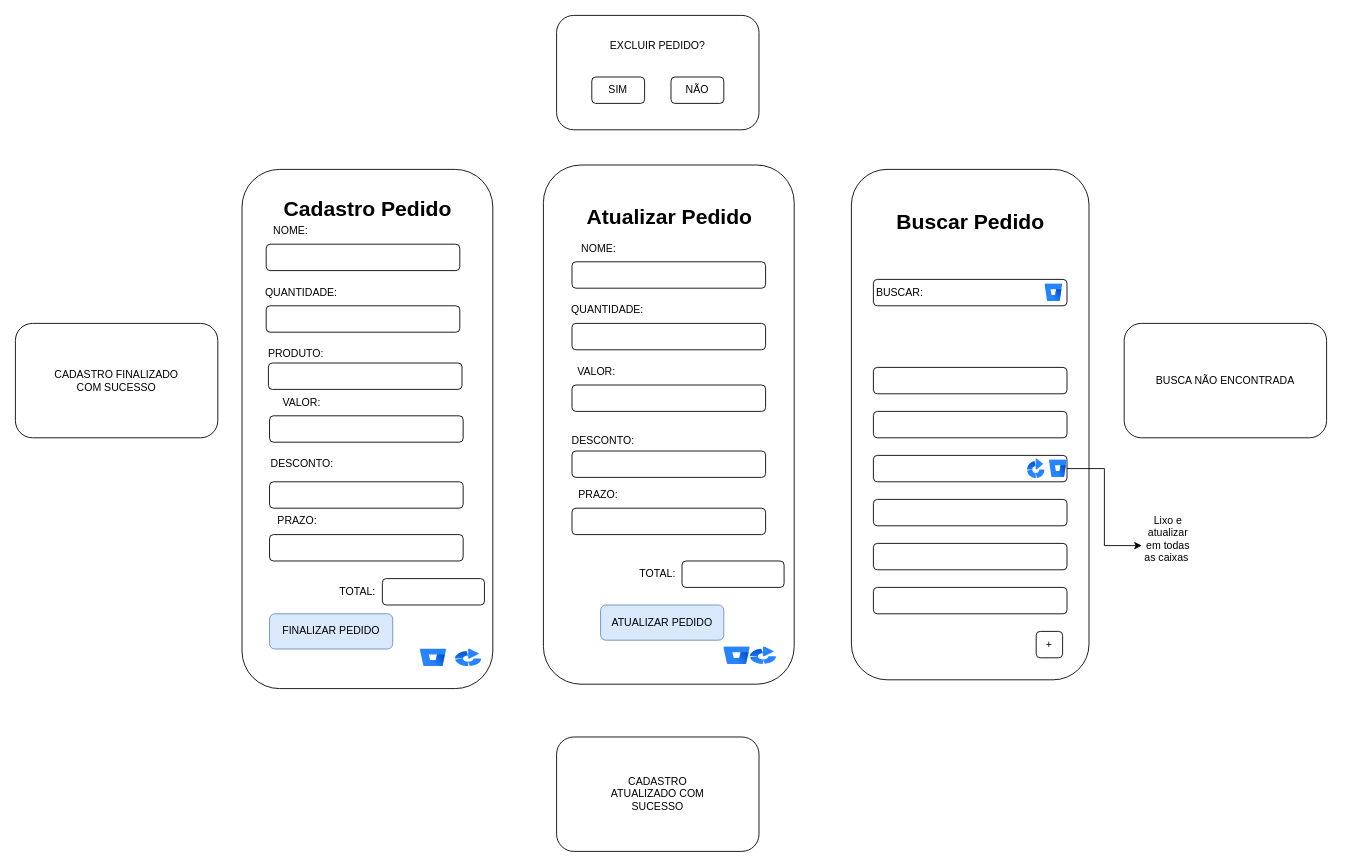
Earlier version of the draw.io diagram page "Página-2" (3 of 6) of DOC/tela.drawio (juliareis14/avatar.app). Source tidied: cells renumbered, new cells numbered last; positions are measured from the earlier drawing's top-left corner, leaving out a move shared by most shapes. Both pictures are drawn from the tidied source at 88%, with x=0, y=0 at pixel (15, 15).
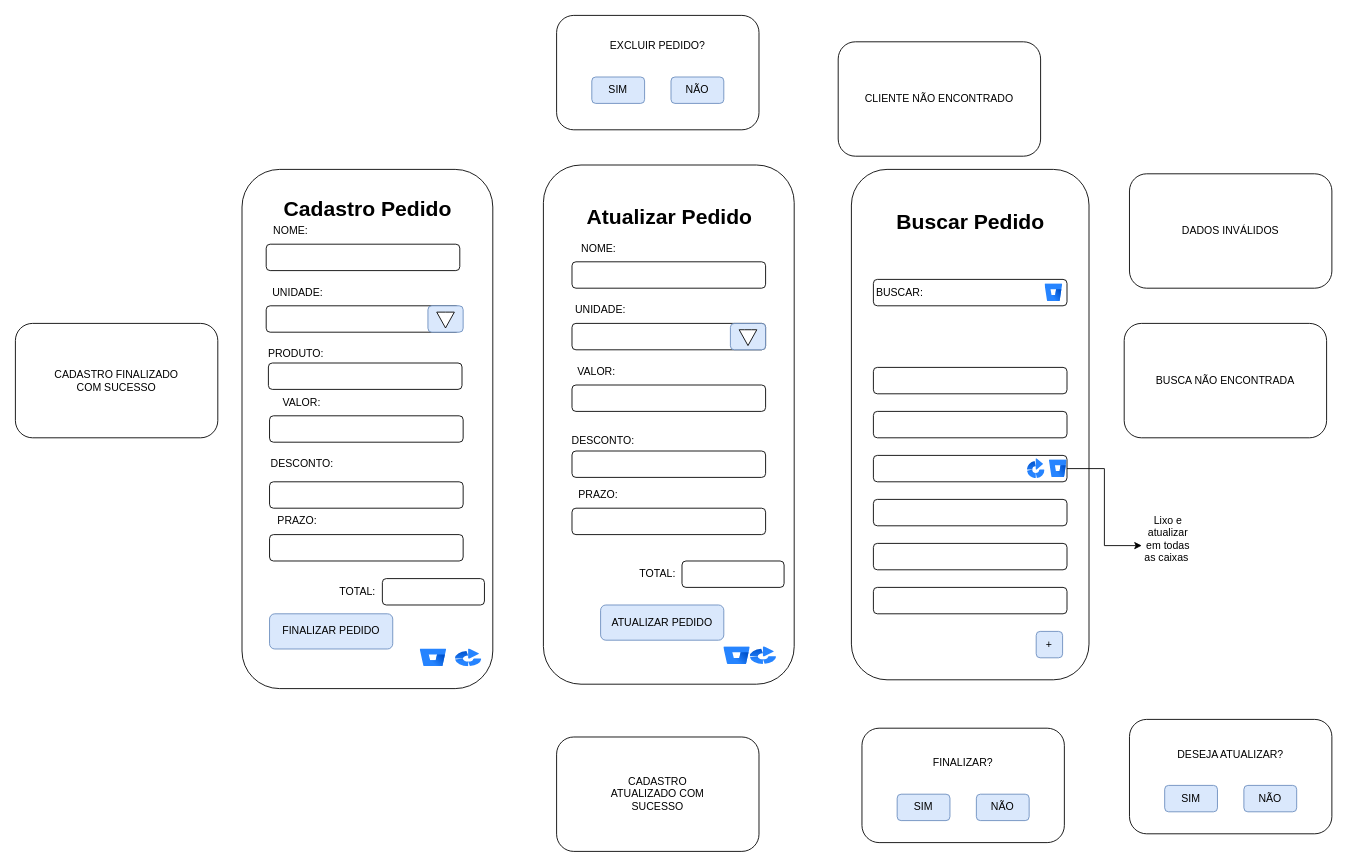
The same diagram, later.

Change to the diagram source:
```diff
@@
-    <mxCell id="8" value="QUANTIDADE:" style="text;html=1;align=center;verticalAlign=middle;whiteSpace=wrap;rounded=0;" parent="1" vertex="1">
-      <mxGeometry x="285" y="300" width="80" height="30" as="geometry" />
+    <mxCell id="8" value="UNIDADE:" style="text;html=1;align=center;verticalAlign=middle;whiteSpace=wrap;rounded=0;" parent="1" vertex="1">
+      <mxGeometry x="281.2" y="300" width="80" height="30" as="geometry" />
     </mxCell>
@@
-    <mxCell id="25" value="QUANTIDADE:" style="text;html=1;align=center;verticalAlign=middle;whiteSpace=wrap;rounded=0;" parent="1" vertex="1">
-      <mxGeometry x="632.5" y="320" width="80" height="30" as="geometry" />
+    <mxCell id="25" value="UNIDADE:" style="text;html=1;align=center;verticalAlign=middle;whiteSpace=wrap;rounded=0;" parent="1" vertex="1">
+      <mxGeometry x="625" y="320" width="80" height="30" as="geometry" />
     </mxCell>
@@
-    <mxCell id="35" value="SIM" style="rounded=1;whiteSpace=wrap;html=1;" parent="1" vertex="1">
+    <mxCell id="35" value="SIM" style="rounded=1;whiteSpace=wrap;html=1;fillColor=#dae8fc;strokeColor=#6c8ebf;" parent="1" vertex="1">
       <mxGeometry x="655" y="70" width="60" height="30" as="geometry" />
     </mxCell>
-    <mxCell id="36" value="NÃO" style="rounded=1;whiteSpace=wrap;html=1;" parent="1" vertex="1">
+    <mxCell id="36" value="NÃO" style="rounded=1;whiteSpace=wrap;html=1;fillColor=#dae8fc;strokeColor=#6c8ebf;" parent="1" vertex="1">
       <mxGeometry x="745" y="70" width="60" height="30" as="geometry" />
     </mxCell>
@@
-    <mxCell id="60" value="+" style="rounded=1;whiteSpace=wrap;html=1;direction=south;" parent="1" vertex="1">
+    <mxCell id="60" value="+" style="rounded=1;whiteSpace=wrap;html=1;direction=south;fillColor=#dae8fc;strokeColor=#6c8ebf;" parent="1" vertex="1">
       <mxGeometry x="1160" y="700" width="30" height="30" as="geometry" />
     </mxCell>
@@
+    <mxCell id="63" value="DADOS INVÁLIDOS" style="rounded=1;whiteSpace=wrap;html=1;" parent="1" vertex="1">
+      <mxGeometry x="1266" y="180" width="230" height="130" as="geometry" />
+    </mxCell>
+    <mxCell id="64" style="rounded=1;whiteSpace=wrap;html=1;" parent="1" vertex="1">
+      <mxGeometry x="962" y="810" width="230" height="130" as="geometry" />
+    </mxCell>
+    <mxCell id="65" value="SIM" style="rounded=1;whiteSpace=wrap;html=1;fillColor=#dae8fc;strokeColor=#6c8ebf;" parent="1" vertex="1">
+      <mxGeometry x="1002" y="885" width="60" height="30" as="geometry" />
+    </mxCell>
+    <mxCell id="66" value="NÃO" style="rounded=1;whiteSpace=wrap;html=1;fillColor=#dae8fc;strokeColor=#6c8ebf;" parent="1" vertex="1">
+      <mxGeometry x="1092" y="885" width="60" height="30" as="geometry" />
+    </mxCell>
+    <mxCell id="67" value="FINALIZAR?" style="text;html=1;align=center;verticalAlign=middle;whiteSpace=wrap;rounded=0;" parent="1" vertex="1">
+      <mxGeometry x="1002" y="835" width="150" height="30" as="geometry" />
+    </mxCell>
+    <mxCell id="68" style="rounded=1;whiteSpace=wrap;html=1;" parent="1" vertex="1">
+      <mxGeometry x="1266" y="800" width="230" height="130" as="geometry" />
+    </mxCell>
+    <mxCell id="69" value="SIM" style="rounded=1;whiteSpace=wrap;html=1;fillColor=#dae8fc;strokeColor=#6c8ebf;" parent="1" vertex="1">
+      <mxGeometry x="1306" y="875" width="60" height="30" as="geometry" />
+    </mxCell>
+    <mxCell id="70" value="NÃO" style="rounded=1;whiteSpace=wrap;html=1;fillColor=#dae8fc;strokeColor=#6c8ebf;" parent="1" vertex="1">
+      <mxGeometry x="1396" y="875" width="60" height="30" as="geometry" />
+    </mxCell>
+    <mxCell id="71" value="DESEJA ATUALIZAR?" style="text;html=1;align=center;verticalAlign=middle;whiteSpace=wrap;rounded=0;" parent="1" vertex="1">
+      <mxGeometry x="1306" y="825" width="150" height="30" as="geometry" />
+    </mxCell>
+    <mxCell id="72" style="rounded=1;whiteSpace=wrap;html=1;fillColor=#dae8fc;strokeColor=#6c8ebf;" parent="1" vertex="1">
+      <mxGeometry x="468.8" y="330" width="40" height="30" as="geometry" />
+    </mxCell>
+    <mxCell id="73" style="html=1;shadow=0;dashed=0;align=center;verticalAlign=middle;shape=mxgraph.arrows2.arrow;dy=0.6;dx=40;direction=south;notch=0;" parent="1" vertex="1">
+      <mxGeometry x="478.8" y="337.2" width="20" height="18" as="geometry" />
+    </mxCell>
+    <mxCell id="74" style="rounded=1;whiteSpace=wrap;html=1;fillColor=#dae8fc;strokeColor=#6c8ebf;" parent="1" vertex="1">
+      <mxGeometry x="812.5" y="350" width="40" height="30" as="geometry" />
+    </mxCell>
+    <mxCell id="75" style="html=1;shadow=0;dashed=0;align=center;verticalAlign=middle;shape=mxgraph.arrows2.arrow;dy=0.6;dx=40;direction=south;notch=0;" parent="1" vertex="1">
+      <mxGeometry x="822.5" y="357.2" width="20" height="18" as="geometry" />
+    </mxCell>
+    <mxCell id="76" value="CLIENTE NÃO ENCONTRADO" style="rounded=1;whiteSpace=wrap;html=1;" parent="1" vertex="1">
+      <mxGeometry x="935" y="30" width="230" height="130" as="geometry" />
+    </mxCell>
```
